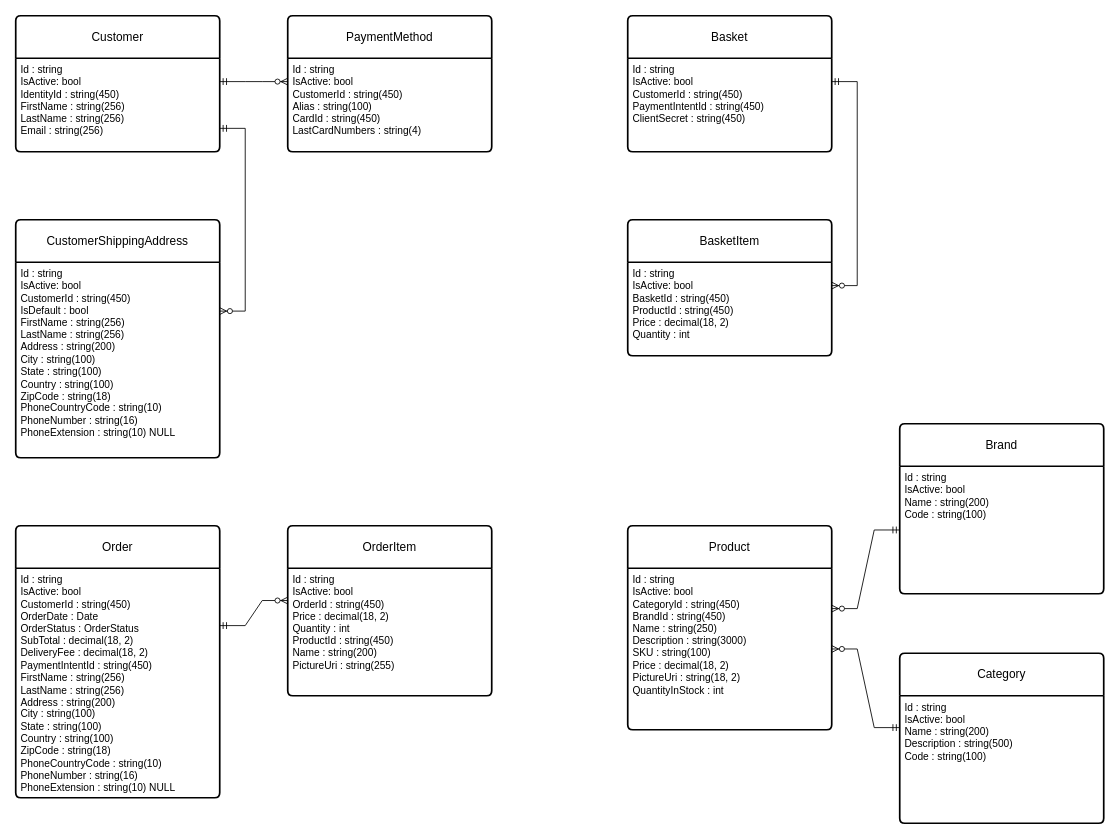
Before: tienda-express.drawio in f-nunez/TiendaExpress, a draw.io diagram. Source tidied: cells renumbered, new cells numbered last; positions are measured from the earlier drawing's top-left corner, leaving out a move shared by most shapes. Both pictures are drawn from the tidied source at 85%, with x=0, y=0 at pixel (15, 15).
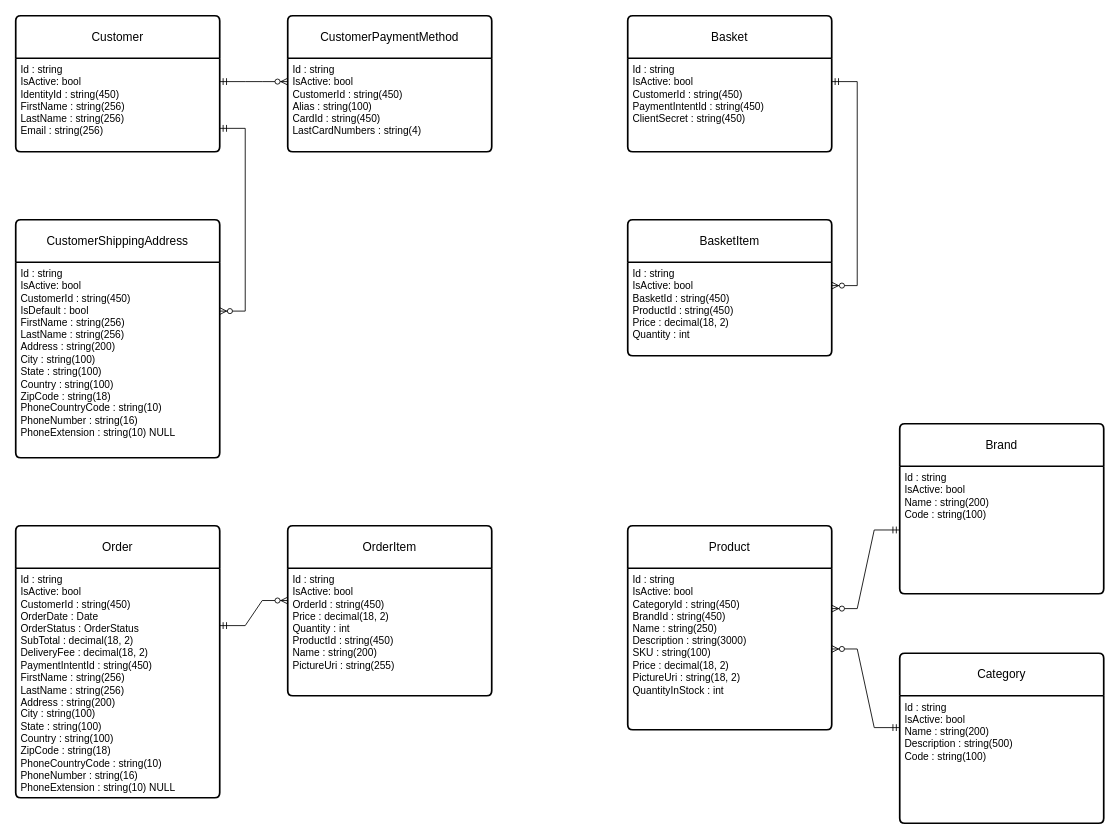
The same diagram, later.

Change to the diagram source:
```diff
@@
-    <mxCell id="6" value="PaymentMethod" style="swimlane;horizontal=1;startSize=50;rounded=1;fontSize=14;fontStyle=0;strokeWidth=2;shadow=0;dashed=0;align=center;arcSize=4;whiteSpace=wrap;html=1;" parent="1" vertex="1">
+    <mxCell id="6" value="CustomerPaymentMethod" style="swimlane;horizontal=1;startSize=50;rounded=1;fontSize=14;fontStyle=0;strokeWidth=2;shadow=0;dashed=0;align=center;arcSize=4;whiteSpace=wrap;html=1;" parent="1" vertex="1">
       <mxGeometry x="320" width="240" height="160" as="geometry" />
     </mxCell>
```
